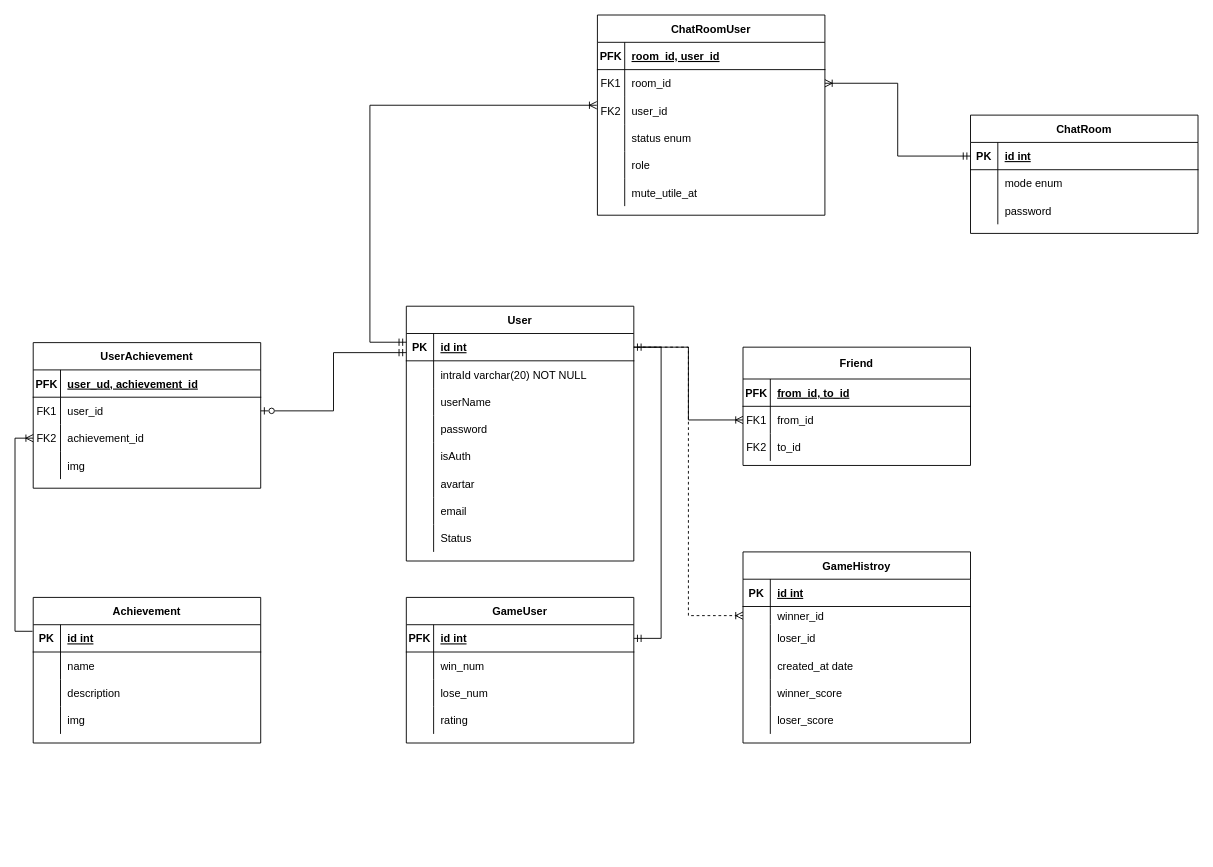
Above: Untitled.drawio in 42MVP/ft_transcendence (draw.io), before the change. Source tidied: cells renumbered, new cells numbered last; positions are measured from the earlier drawing's top-left corner, leaving out a move shared by most shapes. Both pictures are drawn from the tidied source at 91%, with x=0, y=0 at pixel (33, 15).
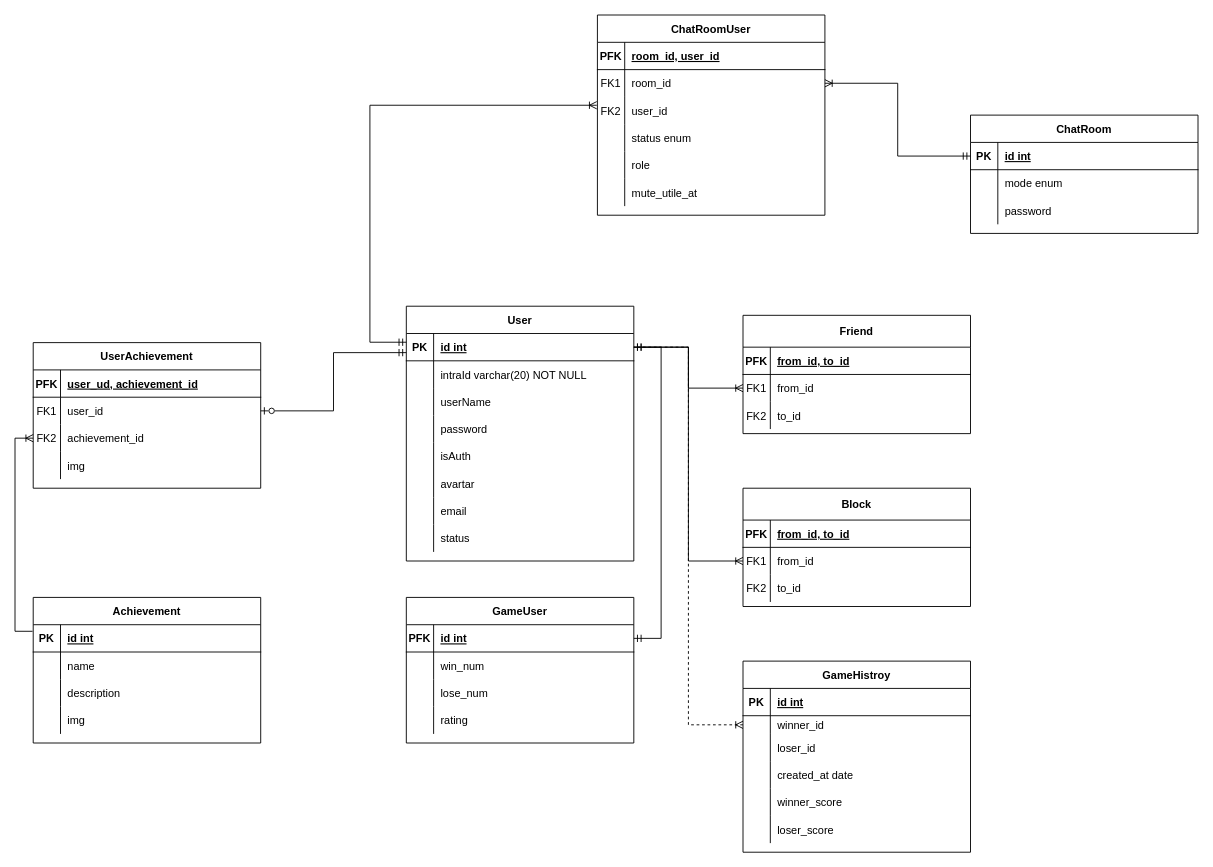
The same diagram, later.

Commit message:
📝 DOC: Block 테이블 추가

Unchanged cells that the change refers to:
```xml
<mxCell id="3" style="shape=partialRectangle;fillColor=none;points=[[0,0.5],[1,0.5]];portConstraint=eastwest;top=0;left=0;right=0;bottom=1;" parent="2" vertex="1">
  <mxGeometry y="30" width="250" height="30" as="geometry" />
</mxCell>
<mxCell id="24" style="shape=partialRectangle;fillColor=none;top=0;left=0;right=0;bottom=0;" parent="2" vertex="1">
  <mxGeometry y="240" width="250" height="30" as="geometry" />
</mxCell>
```

The edit, as a diff of the source:
```diff
@@
-    <mxCell id="26" value="Status" style="shape=partialRectangle;overflow=hidden;fillColor=none;top=0;left=0;bottom=0;right=0;align=left;spacingLeft=6;" parent="24" vertex="1">
+    <mxCell id="26" value="status" style="shape=partialRectangle;overflow=hidden;fillColor=none;top=0;left=0;bottom=0;right=0;align=left;spacingLeft=6;" parent="24" vertex="1">
       <mxGeometry x="30" width="220" height="30" as="geometry" />
     </mxCell>
     <mxCell id="27" value="Friend" style="shape=table;startSize=35;childLayout=tableLayout;rowLines=0;fontStyle=1;align=center;" parent="1" vertex="1">
-      <mxGeometry x="780" y="365" width="250" height="130" as="geometry" />
+      <mxGeometry x="780" y="330" width="250" height="130" as="geometry" />
     </mxCell>
@@
     <mxCell id="50" value="GameHistroy" style="shape=table;startSize=30;childLayout=tableLayout;rowLines=0;fontStyle=1;align=center;" parent="1" vertex="1">
-      <mxGeometry x="780" y="590" width="250" height="210" as="geometry" />
+      <mxGeometry x="780" y="710" width="250" height="210" as="geometry" />
     </mxCell>
@@
+    <mxCell id="131" value="Block" style="shape=table;startSize=35;childLayout=tableLayout;rowLines=0;fontStyle=1;align=center;" parent="1" vertex="1">
+      <mxGeometry x="780" y="520" width="250" height="130" as="geometry" />
+    </mxCell>
+    <mxCell id="132" style="shape=partialRectangle;fillColor=none;top=0;left=0;right=0;bottom=1;" parent="131" vertex="1">
+      <mxGeometry y="35" width="250" height="30" as="geometry" />
+    </mxCell>
+    <mxCell id="133" value="PFK" style="shape=partialRectangle;overflow=hidden;fillColor=none;top=0;left=0;bottom=0;right=0;fontStyle=1;" parent="132" vertex="1">
+      <mxGeometry width="30" height="30" as="geometry" />
+    </mxCell>
+    <mxCell id="134" value="from_id, to_id" style="shape=partialRectangle;overflow=hidden;fillColor=none;top=0;left=0;bottom=0;right=0;align=left;spacingLeft=6;fontStyle=5;" parent="132" vertex="1">
+      <mxGeometry x="30" width="220" height="30" as="geometry" />
+    </mxCell>
+    <mxCell id="135" style="shape=partialRectangle;fillColor=none;points=[[0,0.5],[1,0.5]];portConstraint=eastwest;top=0;left=0;right=0;bottom=0;" parent="131" vertex="1">
+      <mxGeometry y="65" width="250" height="30" as="geometry" />
+    </mxCell>
+    <mxCell id="136" value="FK1" style="shape=partialRectangle;overflow=hidden;fillColor=none;top=0;left=0;bottom=0;right=0;" parent="135" vertex="1">
+      <mxGeometry width="30" height="30" as="geometry" />
+    </mxCell>
+    <mxCell id="137" value="from_id" style="shape=partialRectangle;overflow=hidden;fillColor=none;top=0;left=0;bottom=0;right=0;align=left;spacingLeft=6;" parent="135" vertex="1">
+      <mxGeometry x="30" width="220" height="30" as="geometry" />
+    </mxCell>
+    <mxCell id="138" style="shape=partialRectangle;fillColor=none;top=0;left=0;right=0;bottom=0;" parent="131" vertex="1">
+      <mxGeometry y="95" width="250" height="30" as="geometry" />
+    </mxCell>
+    <mxCell id="139" value="FK2" style="shape=partialRectangle;overflow=hidden;fillColor=none;top=0;left=0;bottom=0;right=0;" parent="138" vertex="1">
+      <mxGeometry width="30" height="30" as="geometry" />
+    </mxCell>
+    <mxCell id="140" value="to_id" style="shape=partialRectangle;overflow=hidden;fillColor=none;top=0;left=0;bottom=0;right=0;align=left;spacingLeft=6;" parent="138" vertex="1">
+      <mxGeometry x="30" width="220" height="30" as="geometry" />
+    </mxCell>
+    <mxCell id="141" style="edgeStyle=orthogonalEdgeStyle;rounded=0;jettySize=auto;html=1;exitX=1;exitY=0.5;exitDx=0;exitDy=0;entryX=0;entryY=0.5;entryDx=0;entryDy=0;startArrow=ERmandOne;startFill=0;endArrow=ERoneToMany;endFill=0;" parent="1" edge="1" source="3" target="135">
+      <mxGeometry relative="1" as="geometry" />
+    </mxCell>
```
